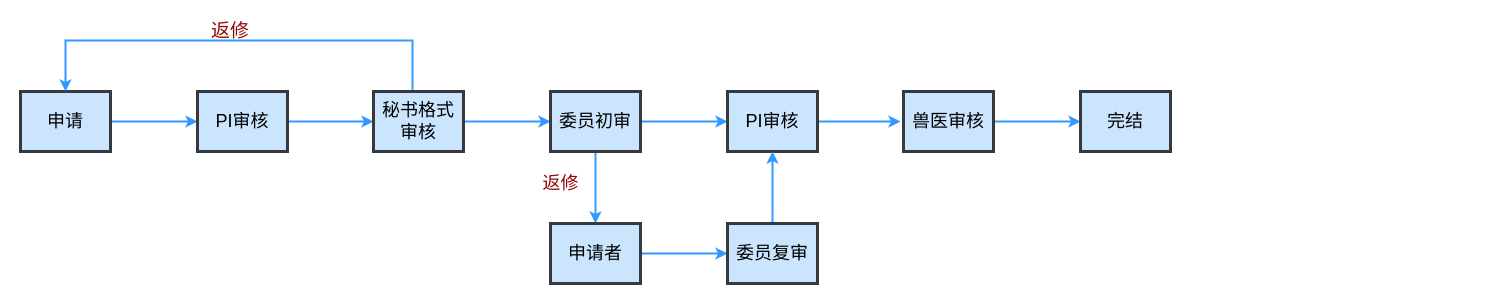
bwnian/navicat_reset_mac keeps this draw.io diagram as 未命名绘图.drawio. Above is the earlier version. Source tidied: cells renumbered, new cells numbered last; positions are measured from the earlier drawing's top-left corner, leaving out a move shared by most shapes. Both pictures are drawn from the tidied source at 100%, with x=0, y=0 at pixel (20, 17).
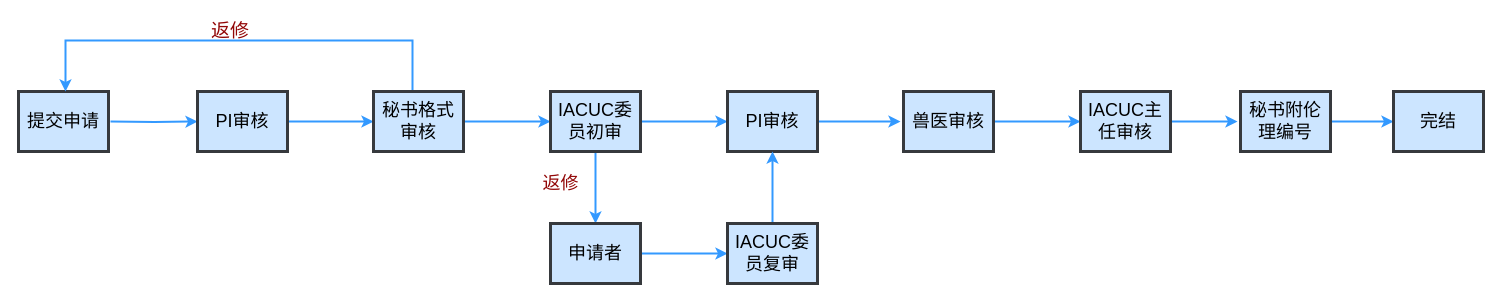
After the change.

Commit message (it also covers changes not shown here):
更新未命名绘图.drawio

The change refers to these unchanged cells:
```xml
<mxCell id="5" value="PI审核" style="whiteSpace=wrap;align=center;verticalAlign=middle;fontStyle=0;strokeWidth=3;fillColor=#cce5ff;fontSize=18;strokeColor=#36393d;" parent="1" vertex="1">
  <mxGeometry x="177" y="74" width="90" height="60" as="geometry" />
</mxCell>
<mxCell id="8" value="秘书格式审核" style="whiteSpace=wrap;align=center;verticalAlign=middle;fontStyle=0;strokeWidth=3;fillColor=#cce5ff;fontSize=18;strokeColor=#36393d;" parent="1" vertex="1">
  <mxGeometry x="353" y="74" width="90" height="60" as="geometry" />
</mxCell>
```

The edit, as a diff of the source:
```diff
@@
-    <mxCell id="2" style="edgeStyle=orthogonalEdgeStyle;rounded=0;jettySize=auto;html=1;exitX=1;exitY=0.5;exitDx=0;exitDy=0;entryX=0;entryY=0.5;entryDx=0;entryDy=0;strokeWidth=2;strokeColor=light-dark(#3399FF,#EDEDED);" parent="1" edge="1" source="3" target="5">
-      <mxGeometry relative="1" as="geometry" />
+    <mxCell id="2" style="edgeStyle=orthogonalEdgeStyle;rounded=0;jettySize=auto;html=1;exitX=1;exitY=0.5;exitDx=0;exitDy=0;entryX=0;entryY=0.5;entryDx=0;entryDy=0;strokeWidth=2;strokeColor=light-dark(#3399FF,#EDEDED);" parent="1" edge="1" target="5">
+      <mxGeometry relative="1" as="geometry">
+        <mxPoint x="90" y="104" as="sourcePoint" />
+      </mxGeometry>
     </mxCell>
-    <mxCell id="3" value="申请" style="whiteSpace=wrap;align=center;verticalAlign=middle;fontStyle=0;strokeWidth=3;fillColor=#cce5ff;fontSize=18;strokeColor=#36393d;" parent="1" vertex="1">
-      <mxGeometry y="74" width="90" height="60" as="geometry" />
+    <mxCell id="3" value="提交申请" style="whiteSpace=wrap;align=center;verticalAlign=middle;fontStyle=0;strokeWidth=3;fillColor=#cce5ff;fontSize=18;strokeColor=#36393d;" parent="1" vertex="1">
+      <mxGeometry x="-2" y="74" width="90" height="60" as="geometry" />
     </mxCell>
@@
-    <mxCell id="6" style="edgeStyle=orthogonalEdgeStyle;rounded=0;jettySize=auto;html=1;entryX=0.5;entryY=0;entryDx=0;entryDy=0;curved=0;strokeWidth=2;exitX=0.5;exitY=0;exitDx=0;exitDy=0;strokeColor=#3399FF;" parent="1" edge="1" source="8" target="3">
+    <mxCell id="6" style="edgeStyle=orthogonalEdgeStyle;rounded=0;jettySize=auto;html=1;entryX=0.5;entryY=0;entryDx=0;entryDy=0;curved=0;strokeWidth=2;exitX=0.5;exitY=0;exitDx=0;exitDy=0;strokeColor=#3399FF;" parent="1" edge="1" source="8">
       <mxGeometry relative="1" as="geometry">
+        <mxPoint x="45" y="74" as="targetPoint" />
         <Array as="points">
           <mxPoint x="392" y="23" />
           <mxPoint x="45" y="23" />
         </Array>
       </mxGeometry>
     </mxCell>
@@
-    <mxCell id="11" value="委员初审" style="whiteSpace=wrap;align=center;verticalAlign=middle;fontStyle=0;strokeWidth=3;fillColor=#cce5ff;fontSize=18;strokeColor=#36393d;" parent="1" vertex="1">
+    <mxCell id="11" value="IACUC委员初审" style="whiteSpace=wrap;align=center;verticalAlign=middle;fontStyle=0;strokeWidth=3;fillColor=#cce5ff;fontSize=18;strokeColor=#36393d;" parent="1" vertex="1">
       <mxGeometry x="530" y="74" width="90" height="60" as="geometry" />
     </mxCell>
@@
+    <mxCell id="23" style="edgeStyle=orthogonalEdgeStyle;rounded=0;jettySize=auto;html=1;strokeWidth=2;strokeColor=#3399FF;" parent="1" edge="1" source="16">
+      <mxGeometry relative="1" as="geometry">
+        <mxPoint x="1217" y="104" as="targetPoint" />
+      </mxGeometry>
+    </mxCell>
-    <mxCell id="16" value="完结" style="whiteSpace=wrap;align=center;verticalAlign=middle;fontStyle=0;strokeWidth=3;fillColor=#cce5ff;fontSize=18;strokeColor=#36393d;" parent="1" vertex="1">
+    <mxCell id="16" value="IACUC主任审核" style="whiteSpace=wrap;align=center;verticalAlign=middle;fontStyle=0;strokeWidth=3;fillColor=#cce5ff;fontSize=18;strokeColor=#36393d;" parent="1" vertex="1">
       <mxGeometry x="1060" y="74" width="90" height="60" as="geometry" />
     </mxCell>
@@
-    <mxCell id="20" value="委员复审" style="whiteSpace=wrap;align=center;verticalAlign=middle;fontStyle=0;strokeWidth=3;fillColor=#cce5ff;strokeColor=#36393d;fontSize=18;" parent="1" vertex="1">
+    <mxCell id="20" value="IACUC委员复审" style="whiteSpace=wrap;align=center;verticalAlign=middle;fontStyle=0;strokeWidth=3;fillColor=#cce5ff;strokeColor=#36393d;fontSize=18;" parent="1" vertex="1">
       <mxGeometry x="707" y="206" width="90" height="60" as="geometry" />
     </mxCell>
@@
+    <mxCell id="24" style="edgeStyle=orthogonalEdgeStyle;rounded=0;jettySize=auto;html=1;strokeColor=#3399FF;strokeWidth=2;" parent="1" edge="1" source="25" target="26">
+      <mxGeometry relative="1" as="geometry" />
+    </mxCell>
+    <mxCell id="25" value="秘书附伦理编号" style="whiteSpace=wrap;align=center;verticalAlign=middle;fontStyle=0;strokeWidth=3;fillColor=#cce5ff;fontSize=18;strokeColor=#36393d;" parent="1" vertex="1">
+      <mxGeometry x="1220" y="74" width="90" height="60" as="geometry" />
+    </mxCell>
+    <mxCell id="26" value="完结" style="whiteSpace=wrap;align=center;verticalAlign=middle;fontStyle=0;strokeWidth=3;fillColor=#cce5ff;fontSize=18;strokeColor=#36393d;" parent="1" vertex="1">
+      <mxGeometry x="1373" y="74" width="90" height="60" as="geometry" />
+    </mxCell>
```
